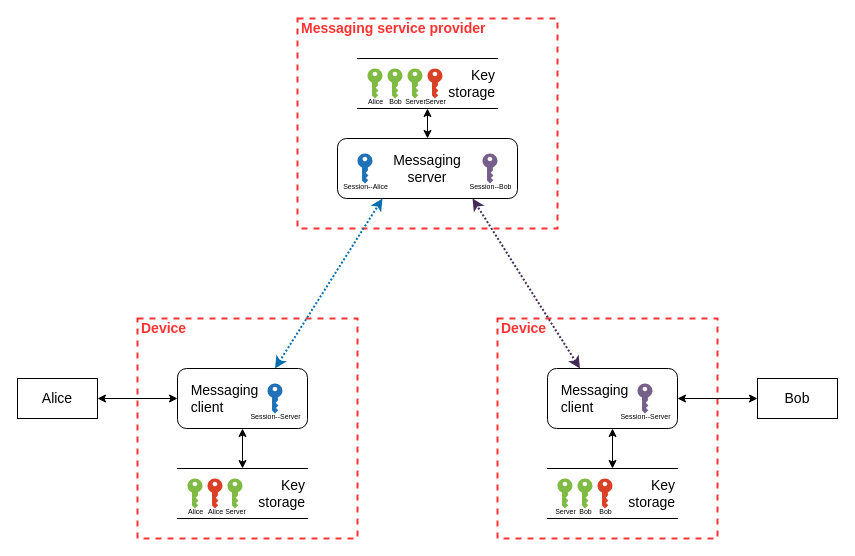
Earlier version of the draw.io diagram dfds/DIM-level-1-crypto-xE2E.drawio (kkredit/confronting-wicked-crypto). Source tidied: cells renumbered, new cells numbered last; positions are measured from the earlier drawing's top-left corner, leaving out a move shared by most shapes. Both pictures are drawn from the tidied source at 100%, with x=0, y=0 at pixel (17, 18).
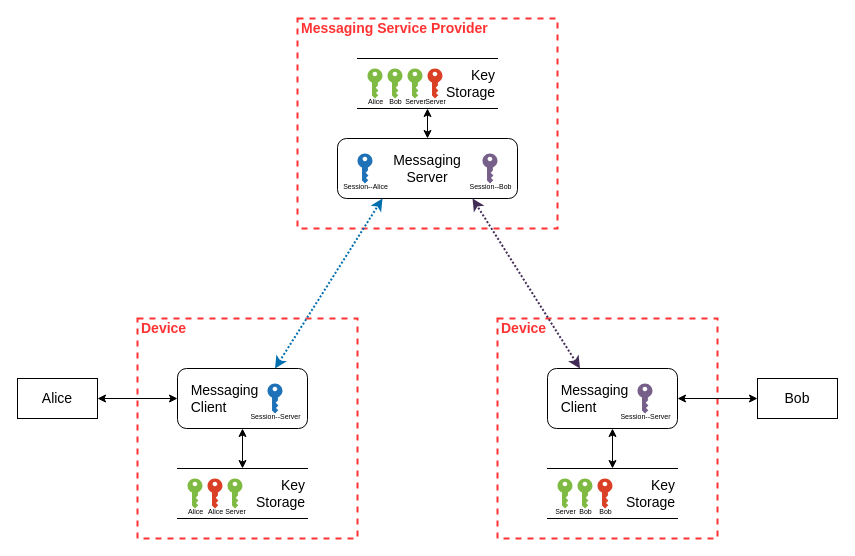
The same page after the edit.

What changed in the source:
```diff
@@
-    <mxCell id="4" value="&lt;blockquote style=&quot;margin: 0 0 0 40px ; border: none ; padding: 0px&quot;&gt;&lt;/blockquote&gt;&lt;span style=&quot;font-size: 14px&quot;&gt;Key&lt;/span&gt;&lt;br&gt;&lt;font style=&quot;font-size: 14px&quot;&gt;storage&lt;/font&gt;" style="shape=partialRectangle;whiteSpace=wrap;html=1;left=0;right=0;fillColor=none;align=right;" parent="1" vertex="1">
+    <mxCell id="4" value="&lt;blockquote style=&quot;margin: 0 0 0 40px ; border: none ; padding: 0px&quot;&gt;&lt;/blockquote&gt;&lt;span style=&quot;font-size: 14px&quot;&gt;Key&lt;/span&gt;&lt;br&gt;&lt;font style=&quot;font-size: 14px&quot;&gt;Storage&lt;/font&gt;" style="shape=partialRectangle;whiteSpace=wrap;html=1;left=0;right=0;fillColor=none;align=right;" parent="1" vertex="1">
       <mxGeometry x="160" y="450" width="130" height="50" as="geometry" />
     </mxCell>
@@
-    <mxCell id="7" value="&lt;font style=&quot;font-size: 14px&quot;&gt;&amp;nbsp; &amp;nbsp;Messaging&lt;br&gt;&lt;/font&gt;&lt;font style=&quot;font-size: 14px&quot;&gt;&amp;nbsp; &amp;nbsp;client&lt;/font&gt;" style="rounded=1;whiteSpace=wrap;html=1;align=left;" parent="1" vertex="1">
+    <mxCell id="7" value="&lt;font style=&quot;font-size: 14px&quot;&gt;&amp;nbsp; &amp;nbsp;Messaging&lt;br&gt;&lt;/font&gt;&lt;font style=&quot;font-size: 14px&quot;&gt;&amp;nbsp; &amp;nbsp;Client&lt;/font&gt;" style="rounded=1;whiteSpace=wrap;html=1;align=left;" parent="1" vertex="1">
       <mxGeometry x="160" y="350" width="130" height="60" as="geometry" />
     </mxCell>
@@
-    <mxCell id="10" value="&lt;font style=&quot;font-size: 14px&quot;&gt;Messaging service provider&lt;/font&gt;" style="html=1;fontColor=#FF3333;fontStyle=1;align=left;verticalAlign=top;spacing=0;labelBorderColor=none;fillColor=none;dashed=1;strokeWidth=2;strokeColor=#FF3333;spacingLeft=4;spacingTop=-3;" parent="1" vertex="1">
+    <mxCell id="10" value="&lt;font style=&quot;font-size: 14px&quot;&gt;Messaging Service Provider&lt;/font&gt;" style="html=1;fontColor=#FF3333;fontStyle=1;align=left;verticalAlign=top;spacing=0;labelBorderColor=none;fillColor=none;dashed=1;strokeWidth=2;strokeColor=#FF3333;spacingLeft=4;spacingTop=-3;" parent="1" vertex="1">
       <mxGeometry x="280" width="260" height="210" as="geometry" />
     </mxCell>
-    <mxCell id="11" value="&lt;font style=&quot;font-size: 14px&quot;&gt;Messaging&lt;br&gt;server&lt;/font&gt;" style="rounded=1;whiteSpace=wrap;html=1;" parent="1" vertex="1">
+    <mxCell id="11" value="&lt;font style=&quot;font-size: 14px&quot;&gt;Messaging&lt;br&gt;Server&lt;/font&gt;" style="rounded=1;whiteSpace=wrap;html=1;" parent="1" vertex="1">
       <mxGeometry x="320" y="120" width="180" height="60" as="geometry" />
     </mxCell>
@@
-    <mxCell id="18" value="&lt;blockquote style=&quot;margin: 0 0 0 40px ; border: none ; padding: 0px&quot;&gt;&lt;/blockquote&gt;&lt;span style=&quot;font-size: 14px&quot;&gt;Key&lt;/span&gt;&lt;br&gt;&lt;font style=&quot;font-size: 14px&quot;&gt;storage&lt;/font&gt;" style="shape=partialRectangle;whiteSpace=wrap;html=1;left=0;right=0;fillColor=none;align=right;" parent="1" vertex="1">
+    <mxCell id="18" value="&lt;blockquote style=&quot;margin: 0 0 0 40px ; border: none ; padding: 0px&quot;&gt;&lt;/blockquote&gt;&lt;span style=&quot;font-size: 14px&quot;&gt;Key&lt;/span&gt;&lt;br&gt;&lt;font style=&quot;font-size: 14px&quot;&gt;Storage&lt;/font&gt;" style="shape=partialRectangle;whiteSpace=wrap;html=1;left=0;right=0;fillColor=none;align=right;" parent="1" vertex="1">
       <mxGeometry x="530" y="450" width="130" height="50" as="geometry" />
     </mxCell>
-    <mxCell id="19" value="&lt;font style=&quot;font-size: 14px&quot;&gt;&amp;nbsp; &amp;nbsp;Messaging&lt;br&gt;&lt;/font&gt;&lt;font style=&quot;font-size: 14px&quot;&gt;&amp;nbsp; &amp;nbsp;client&lt;/font&gt;" style="rounded=1;whiteSpace=wrap;html=1;align=left;" parent="1" vertex="1">
+    <mxCell id="19" value="&lt;font style=&quot;font-size: 14px&quot;&gt;&amp;nbsp; &amp;nbsp;Messaging&lt;br&gt;&lt;/font&gt;&lt;font style=&quot;font-size: 14px&quot;&gt;&amp;nbsp; &amp;nbsp;Client&lt;/font&gt;" style="rounded=1;whiteSpace=wrap;html=1;align=left;" parent="1" vertex="1">
       <mxGeometry x="530" y="350" width="130" height="60" as="geometry" />
     </mxCell>
@@
-    <mxCell id="26" value="&lt;blockquote style=&quot;margin: 0 0 0 40px ; border: none ; padding: 0px&quot;&gt;&lt;/blockquote&gt;&lt;span style=&quot;font-size: 14px&quot;&gt;Key&lt;/span&gt;&lt;br&gt;&lt;font style=&quot;font-size: 14px&quot;&gt;storage&lt;/font&gt;" style="shape=partialRectangle;whiteSpace=wrap;html=1;left=0;right=0;fillColor=none;align=right;" parent="1" vertex="1">
+    <mxCell id="26" value="&lt;blockquote style=&quot;margin: 0 0 0 40px ; border: none ; padding: 0px&quot;&gt;&lt;/blockquote&gt;&lt;span style=&quot;font-size: 14px&quot;&gt;Key&lt;/span&gt;&lt;br&gt;&lt;font style=&quot;font-size: 14px&quot;&gt;Storage&lt;/font&gt;" style="shape=partialRectangle;whiteSpace=wrap;html=1;left=0;right=0;fillColor=none;align=right;" parent="1" vertex="1">
       <mxGeometry x="340" y="40" width="140" height="50" as="geometry" />
     </mxCell>
```
